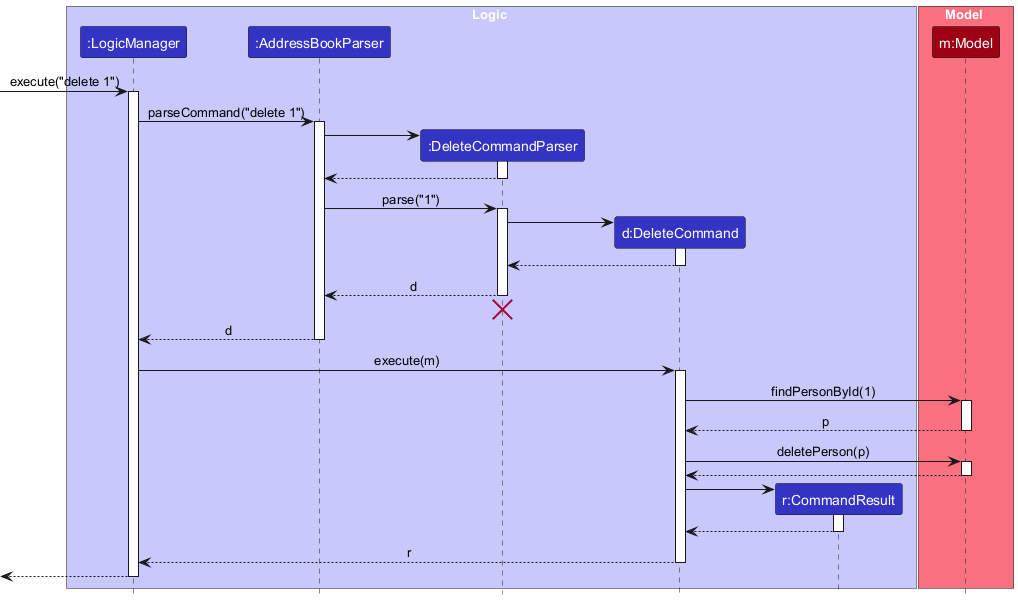
Earlier version of the PlantUML export docs/images/DeleteSequenceDiagram.png (AY2627S1-CS2103-F13-1/tp). Its diagram source:
```plantuml
@startuml
!include style.puml
skinparam ArrowFontStyle plain

box Logic LOGIC_COLOR_T1
participant ":LogicManager" as LogicManager LOGIC_COLOR
participant ":AddressBookParser" as AddressBookParser LOGIC_COLOR
participant ":DeleteCommandParser" as DeleteCommandParser LOGIC_COLOR
participant "d:DeleteCommand" as DeleteCommand LOGIC_COLOR
participant "r:CommandResult" as CommandResult LOGIC_COLOR
end box

box Model MODEL_COLOR_T1
participant "m:Model" as Model MODEL_COLOR
end box

[-> LogicManager : execute("delete 1")
activate LogicManager

LogicManager -> AddressBookParser : parseCommand("delete 1")
activate AddressBookParser

create DeleteCommandParser
AddressBookParser -> DeleteCommandParser
activate DeleteCommandParser

DeleteCommandParser --> AddressBookParser
deactivate DeleteCommandParser

AddressBookParser -> DeleteCommandParser : parse("1")
activate DeleteCommandParser

create DeleteCommand
DeleteCommandParser -> DeleteCommand
activate DeleteCommand

DeleteCommand --> DeleteCommandParser :
deactivate DeleteCommand

DeleteCommandParser --> AddressBookParser : d
deactivate DeleteCommandParser
DeleteCommandParser -[hidden]-> AddressBookParser
destroy DeleteCommandParser

AddressBookParser --> LogicManager : d
deactivate AddressBookParser

LogicManager -> DeleteCommand : execute(m)
activate DeleteCommand

DeleteCommand -> Model : findPersonById(1)
activate Model

Model --> DeleteCommand : p
deactivate Model

DeleteCommand -> Model : deletePerson(p)
activate Model

Model --> DeleteCommand
deactivate Model

create CommandResult
DeleteCommand -> CommandResult
activate CommandResult

CommandResult --> DeleteCommand
deactivate CommandResult

DeleteCommand --> LogicManager : r
deactivate DeleteCommand

[<--LogicManager
deactivate LogicManager
@enduml
```
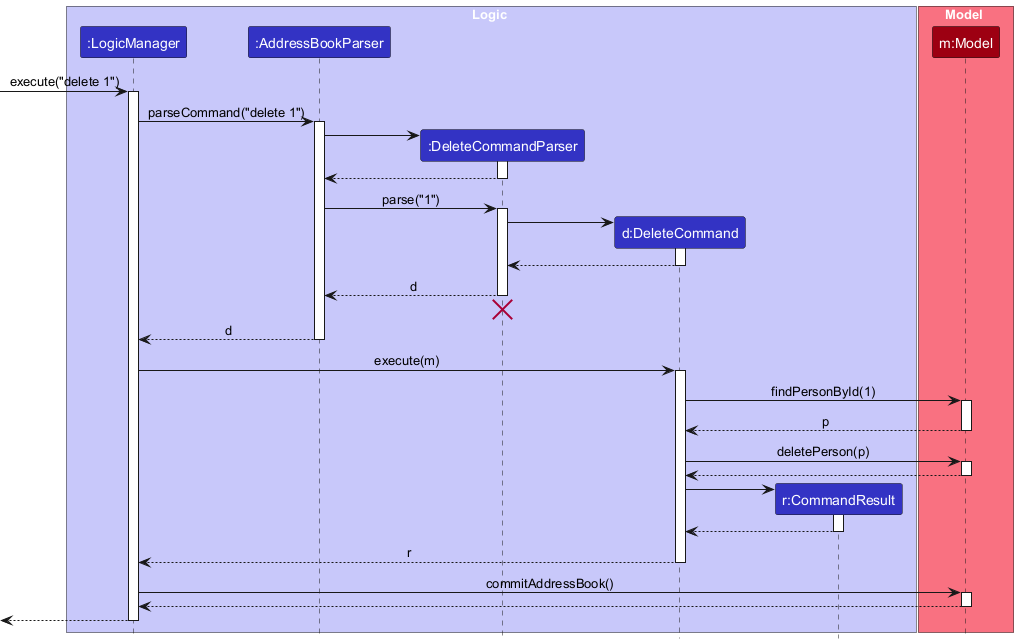
After the commit.

What changed in the source:
```diff
@@ -70,6 +70,12 @@
 DeleteCommand --> LogicManager : r
 deactivate DeleteCommand
 
+LogicManager -> Model : commitAddressBook()
+activate Model
+
+Model --> LogicManager
+deactivate Model
+
 [<--LogicManager
 deactivate LogicManager
 @enduml
```
